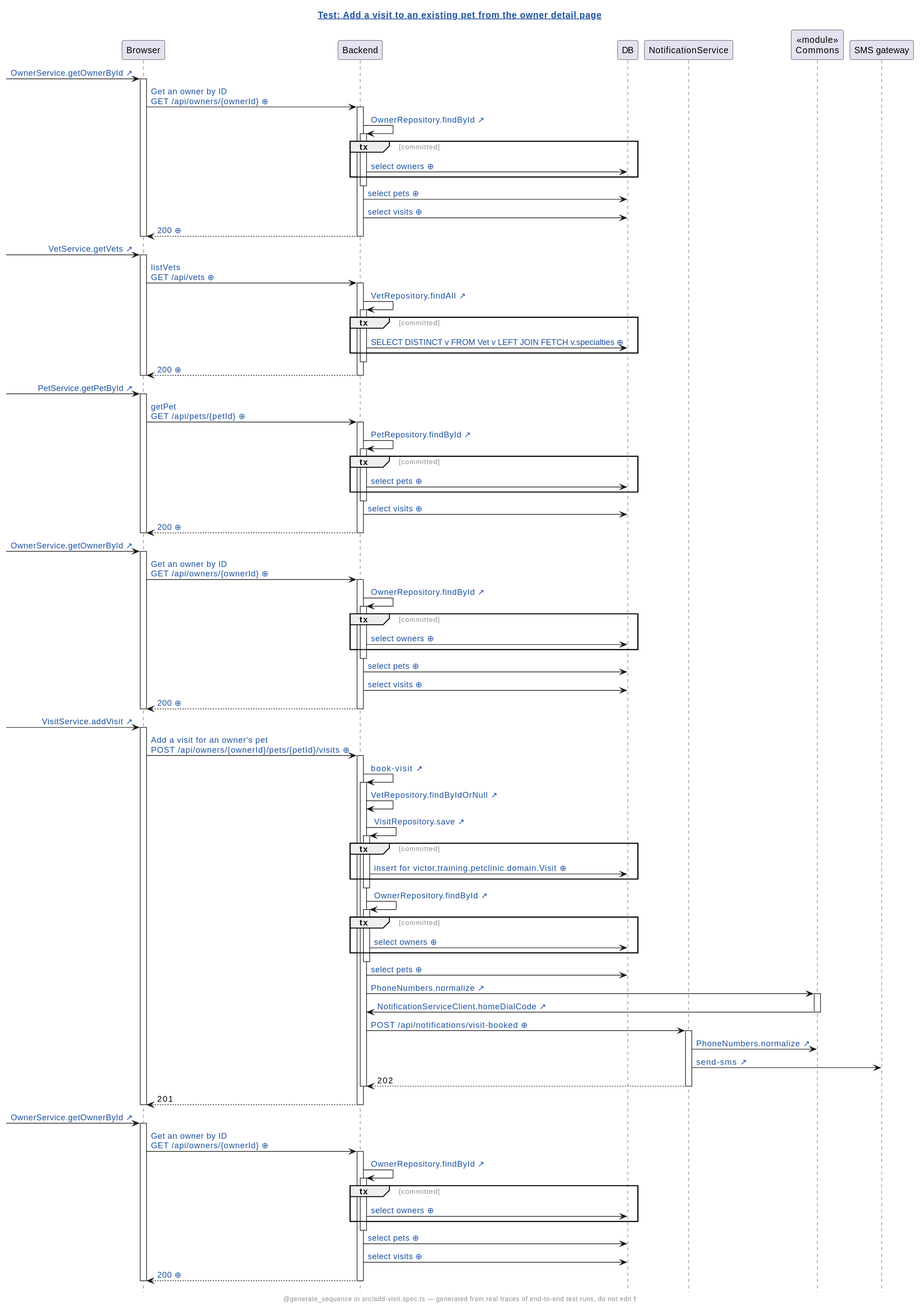
Earlier version of the PlantUML export demo/demo/assets/diagrams/petclinic-test_generated_add-visit.spec.ts.add-a-visit-to-an-existing-pet-from-the-owner-detail-page.genseq.new.svg (victorrentea/human-review).
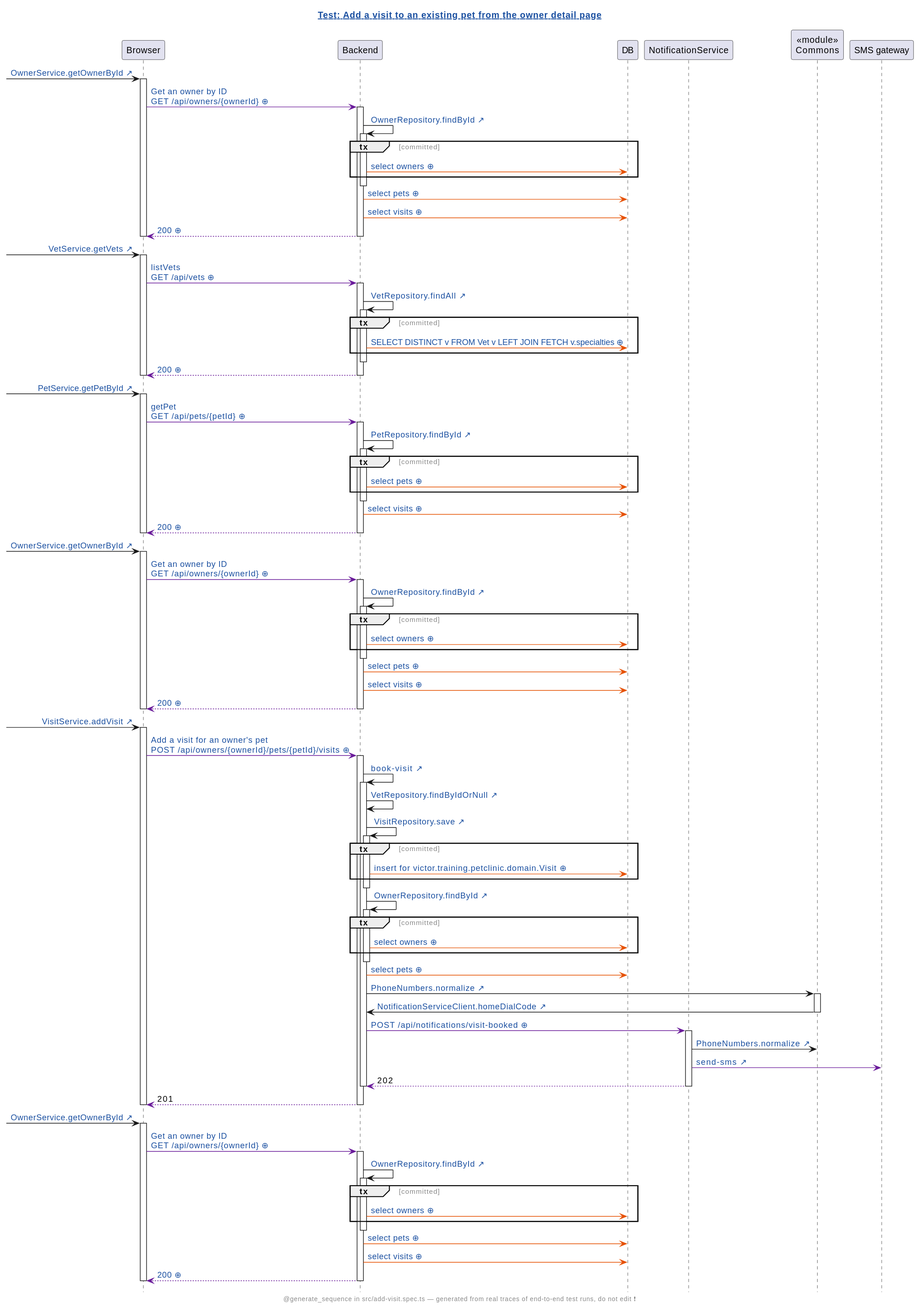
Above is the later version.

The edit, as a diff of the source:
```diff
@@ -14,64 +14,64 @@
 participant "SMS gateway"
 [-> Browser: [[src://petclinic-frontend/src/app/owners/owner-detail/owner-detail.component.ts:22{Click to open the line that sent this request: owner-detail.component.ts:22} OwnerService.getOwnerById ↗]]
 activate Browser
-Browser -> Backend: [[genseq://0m8scc6{Click for the request as it was sent} Get an owner by ID\nGET /api/owners/{ownerId} ⊕]]
+Browser -[#6A1B9A]> Backend: [[genseq://0m8scc6{Click for the request as it was sent} Get an owner by ID\nGET /api/owners/{ownerId} ⊕]]
 activate Backend
 Backend -> Backend: [[src://petclinic-backend/src/main/java/victor/training/petclinic/repository/OwnerRepository.java:14{Click to open OwnerRepository.findById} OwnerRepository.findById ↗]]
 activate Backend
 group tx [committed]
-Backend -> DB: [[genseq://0x8aana{Click for the statement behind this call} select owners ⊕]]
+Backend -[#E65100]> DB: [[genseq://0x8aana{Click for the statement behind this call} select owners ⊕]]
 end
 deactivate Backend
-Backend -> DB: [[genseq://18567ho{Click for the statement behind this call} select pets ⊕]]
-Backend -> DB: [[genseq://1eq1h2q{Click for the statement behind this call} select visits ⊕]]
-Backend --> Browser: [[genseq://1bhasc1{Click for this call’s JSON body} 200 ⊕]]
+Backend -[#E65100]> DB: [[genseq://18567ho{Click for the statement behind this call} select pets ⊕]]
+Backend -[#E65100]> DB: [[genseq://1eq1h2q{Click for the statement behind this call} select visits ⊕]]
+Backend -[#6A1B9A]-> Browser: [[genseq://1bhasc1{Click for this call’s JSON body} 200 ⊕]]
 deactivate Backend
 deactivate Browser
 [-> Browser: [[src://petclinic-frontend/src/app/visits/visit-add/visit-add.component.ts:46{Click to open the line that sent this request: visit-add.component.ts:46} VetService.getVets ↗]]
 activate Browser
-Browser -> Backend: [[genseq://1ce7aux{Click for the request as it was sent} listVets\nGET /api/vets ⊕]]
+Browser -[#6A1B9A]> Backend: [[genseq://1ce7aux{Click for the request as it was sent} listVets\nGET /api/vets ⊕]]
 activate Backend
 Backend -> Backend: [[src://petclinic-backend/src/main/java/victor/training/petclinic/repository/VetRepository.java:13{Click to open VetRepository.findAll} VetRepository.findAll ↗]]
 activate Backend
 group tx [committed]
-Backend -> DB: [[genseq://0p6yxbc{Click for the statement behind this call} SELECT DISTINCT v FROM Vet v LEFT JOIN FETCH v.specialties ⊕]]
+Backend -[#E65100]> DB: [[genseq://0p6yxbc{Click for the statement behind this call} SELECT DISTINCT v FROM Vet v LEFT JOIN FETCH v.specialties ⊕]]
 end
 deactivate Backend
-Backend --> Browser: [[genseq://1nmg2oo{Click for this call’s JSON body} 200 ⊕]]
+Backend -[#6A1B9A]-> Browser: [[genseq://1nmg2oo{Click for this call’s JSON body} 200 ⊕]]
 deactivate Backend
 deactivate Browser
 [-> Browser: [[src://petclinic-frontend/src/app/visits/visit-add/visit-add.component.ts:48{Click to open the line that sent this request: visit-add.component.ts:48} PetService.getPetById ↗]]
 activate Browser
-Browser -> Backend: [[genseq://0ranhxm{Click for the request as it was sent} getPet\nGET /api/pets/{petId} ⊕]]
+Browser -[#6A1B9A]> Backend: [[genseq://0ranhxm{Click for the request as it was sent} getPet\nGET /api/pets/{petId} ⊕]]
 activate Backend
 Backend -> Backend: [[src://petclinic-backend/src/main/java/victor/training/petclinic/repository/PetRepository.java:16{Click to open PetRepository.findById} PetRepository.findById ↗]]
 activate Backend
 group tx [committed]
-Backend -> DB: [[genseq://0y7w2ps{Click for the statement behind this call} select pets ⊕]]
+Backend -[#E65100]> DB: [[genseq://0y7w2ps{Click for the statement behind this call} select pets ⊕]]
 end
 deactivate Backend
-Backend -> DB: [[genseq://1eq1h2q{Click for the statement behind this call} select visits ⊕]]
-Backend --> Browser: [[genseq://0n1gsl8{Click for this call’s JSON body} 200 ⊕]]
+Backend -[#E65100]> DB: [[genseq://1eq1h2q{Click for the statement behind this call} select visits ⊕]]
+Backend -[#6A1B9A]-> Browser: [[genseq://0n1gsl8{Click for this call’s JSON body} 200 ⊕]]
 deactivate Backend
 deactivate Browser
 [-> Browser: [[src://petclinic-frontend/src/app/visits/visit-add/visit-add.component.ts:53{Click to open the line that sent this request: visit-add.component.ts:53} OwnerService.getOwnerById ↗]]
 activate Browser
-Browser -> Backend: [[genseq://0m8scc6{Click for the request as it was sent} Get an owner by ID\nGET /api/owners/{ownerId} ⊕]]
+Browser -[#6A1B9A]> Backend: [[genseq://0m8scc6{Click for the request as it was sent} Get an owner by ID\nGET /api/owners/{ownerId} ⊕]]
 activate Backend
 Backend -> Backend: [[src://petclinic-backend/src/main/java/victor/training/petclinic/repository/OwnerRepository.java:14{Click to open OwnerRepository.findById} OwnerRepository.findById ↗]]
 activate Backend
 group tx [committed]
-Backend -> DB: [[genseq://0x8aana{Click for the statement behind this call} select owners ⊕]]
+Backend -[#E65100]> DB: [[genseq://0x8aana{Click for the statement behind this call} select owners ⊕]]
 end
 deactivate Backend
-Backend -> DB: [[genseq://18567ho{Click for the statement behind this call} select pets ⊕]]
-Backend -> DB: [[genseq://1eq1h2q{Click for the statement behind this call} select visits ⊕]]
-Backend --> Browser: [[genseq://1bhasc1{Click for this call’s JSON body} 200 ⊕]]
+Backend -[#E65100]> DB: [[genseq://18567ho{Click for the statement behind this call} select pets ⊕]]
+Backend -[#E65100]> DB: [[genseq://1eq1h2q{Click for the statement behind this call} select visits ⊕]]
+Backend -[#6A1B9A]-> Browser: [[genseq://1bhasc1{Click for this call’s JSON body} 200 ⊕]]
 deactivate Backend
 deactivate Browser
 [-> Browser: [[src://petclinic-frontend/src/app/visits/visit-add/visit-add.component.ts:69{Click to open the line that sent this request: visit-add.component.ts:69 ← visit-add.component.html:25} VisitService.addVisit ↗]]
 activate Browser
-Browser -> Backend: [[genseq://0nhf3d3{Click for the request as it was sent} Add a visit for an owner's pet\nPOST /api/owners/{ownerId}/pets/{petId}/visits ⊕]]
+Browser -[#6A1B9A]> Backend: [[genseq://0nhf3d3{Click for the request as it was sent} Add a visit for an owner's pet\nPOST /api/owners/{ownerId}/pets/{petId}/visits ⊕]]
 activate Backend
 Backend -> Backend: [[src://petclinic-backend/src/main/java/victor/training/petclinic/rest/OwnerRestController.java:193{Click to open OwnerRestController.bookVisit} book-visit ↗]]
 activate Backend
@@ -79,43 +79,43 @@
 Backend -> Backend: [[src://petclinic-backend/src/main/java/victor/training/petclinic/repository/VisitRepository.java:14{Click to open VisitRepository.save} VisitRepository.save ↗]]
 activate Backend
 group tx [committed]
-Backend -> DB: [[genseq://0v1528l{Click for the statement behind this call} insert for victor.training.petclinic.domain.Visit ⊕]]
+Backend -[#E65100]> DB: [[genseq://0v1528l{Click for the statement behind this call} insert for victor.training.petclinic.domain.Visit ⊕]]
 end
 deactivate Backend
 Backend -> Backend: [[src://petclinic-backend/src/main/java/victor/training/petclinic/repository/OwnerRepository.java:14{Click to open OwnerRepository.findById} OwnerRepository.findById ↗]]
 activate Backend
 group tx [committed]
-Backend -> DB: [[genseq://0x8aana{Click for the statement behind this call} select owners ⊕]]
+Backend -[#E65100]> DB: [[genseq://0x8aana{Click for the statement behind this call} select owners ⊕]]
 end
 deactivate Backend
-Backend -> DB: [[genseq://18567ho{Click for the statement behind this call} select pets ⊕]]
+Backend -[#E65100]> DB: [[genseq://18567ho{Click for the statement behind this call} select pets ⊕]]
 Backend -> Commons: [[src://petclinic-commons/src/main/java/victor/training/commons/PhoneNumbers.java:14{Click to open PhoneNumbers.normalize} PhoneNumbers.normalize ↗]]
 activate Commons
 Commons -> Backend: [[src://petclinic-backend/src/main/java/victor/training/petclinic/notification/NotificationServiceClient.java:45{Click to open NotificationServiceClient.homeDialCode} NotificationServiceClient.homeDialCode ↗]]
 deactivate Commons
-Backend -> NotificationService: [[genseq://00gfug0{Click for the request as it was sent} POST /api/notifications/visit-booked ⊕]]
+Backend -[#6A1B9A]> NotificationService: [[genseq://00gfug0{Click for the request as it was sent} POST /api/notifications/visit-booked ⊕]]
 activate NotificationService
 NotificationService -> Commons: [[src://petclinic-commons/src/main/java/victor/training/commons/PhoneNumbers.java:8{Click to open PhoneNumbers.normalize} PhoneNumbers.normalize ↗]]
-NotificationService -> "SMS gateway": [[src://notification-service/src/main/java/victor/training/notification/SmsGateway.java:23{Click to open SmsGateway.send} send-sms ↗]]
-NotificationService --> Backend: 202
+NotificationService -[#6A1B9A]> "SMS gateway": [[src://notification-service/src/main/java/victor/training/notification/SmsGateway.java:23{Click to open SmsGateway.send} send-sms ↗]]
+NotificationService -[#6A1B9A]-> Backend: 202
 deactivate NotificationService
 deactivate Backend
-Backend --> Browser: 201
+Backend -[#6A1B9A]-> Browser: 201
 deactivate Backend
 deactivate Browser
 [-> Browser: [[src://petclinic-frontend/src/app/owners/owner-detail/owner-detail.component.ts:22{Click to open the line that sent this request: owner-detail.component.ts:22} OwnerService.getOwnerById ↗]]
 activate Browser
-Browser -> Backend: [[genseq://0m8scc6{Click for the request as it was sent} Get an owner by ID\nGET /api/owners/{ownerId} ⊕]]
+Browser -[#6A1B9A]> Backend: [[genseq://0m8scc6{Click for the request as it was sent} Get an owner by ID\nGET /api/owners/{ownerId} ⊕]]
 activate Backend
 Backend -> Backend: [[src://petclinic-backend/src/main/java/victor/training/petclinic/repository/OwnerRepository.java:14{Click to open OwnerRepository.findById} OwnerRepository.findById ↗]]
 activate Backend
 group tx [committed]
-Backend -> DB: [[genseq://0x8aana{Click for the statement behind this call} select owners ⊕]]
+Backend -[#E65100]> DB: [[genseq://0x8aana{Click for the statement behind this call} select owners ⊕]]
 end
 deactivate Backend
-Backend -> DB: [[genseq://18567ho{Click for the statement behind this call} select pets ⊕]]
-Backend -> DB: [[genseq://1eq1h2q{Click for the statement behind this call} select visits ⊕]]
-Backend --> Browser: [[genseq://18ymh90{Click for this call’s JSON body} 200 ⊕]]
+Backend -[#E65100]> DB: [[genseq://18567ho{Click for the statement behind this call} select pets ⊕]]
+Backend -[#E65100]> DB: [[genseq://1eq1h2q{Click for the statement behind this call} select visits ⊕]]
+Backend -[#6A1B9A]-> Browser: [[genseq://18ymh90{Click for this call’s JSON body} 200 ⊕]]
 deactivate Backend
 deactivate Browser
 @enduml
```
